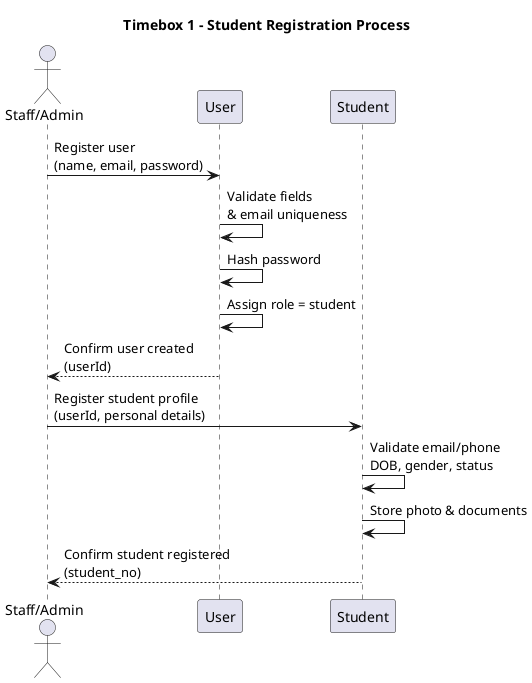
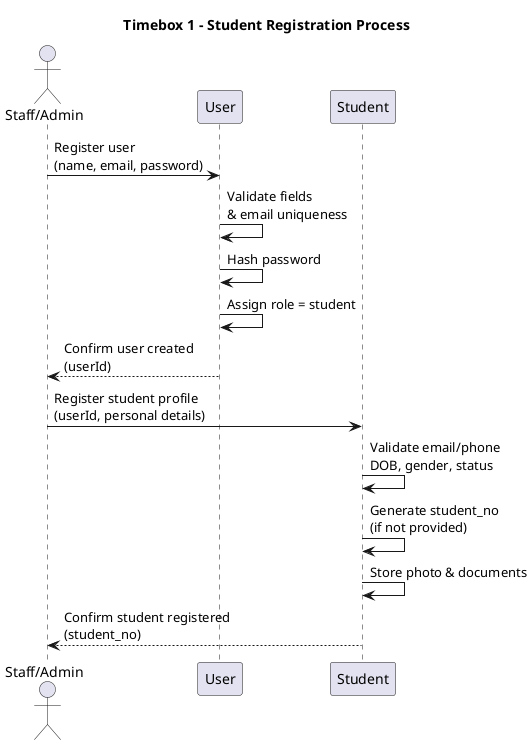
@startuml
title Timebox 1 - Student Registration Process

actor Staff as "Staff/Admin"

participant "User" as User
participant "Student" as Student

Staff -> User: Register user\n(name, email, password)
User -> User: Validate fields\n& email uniqueness
User -> User: Hash password
User -> User: Assign role = student
User --> Staff: Confirm user created\n(userId)

Staff -> Student: Register student profile\n(userId, personal details)
Student -> Student: Validate email/phone\nDOB, gender, status
+ Student -> Student: Generate student_no\n(if not provided)
Student -> Student: Store photo & documents
Student --> Staff: Confirm student registered\n(student_no)

@enduml